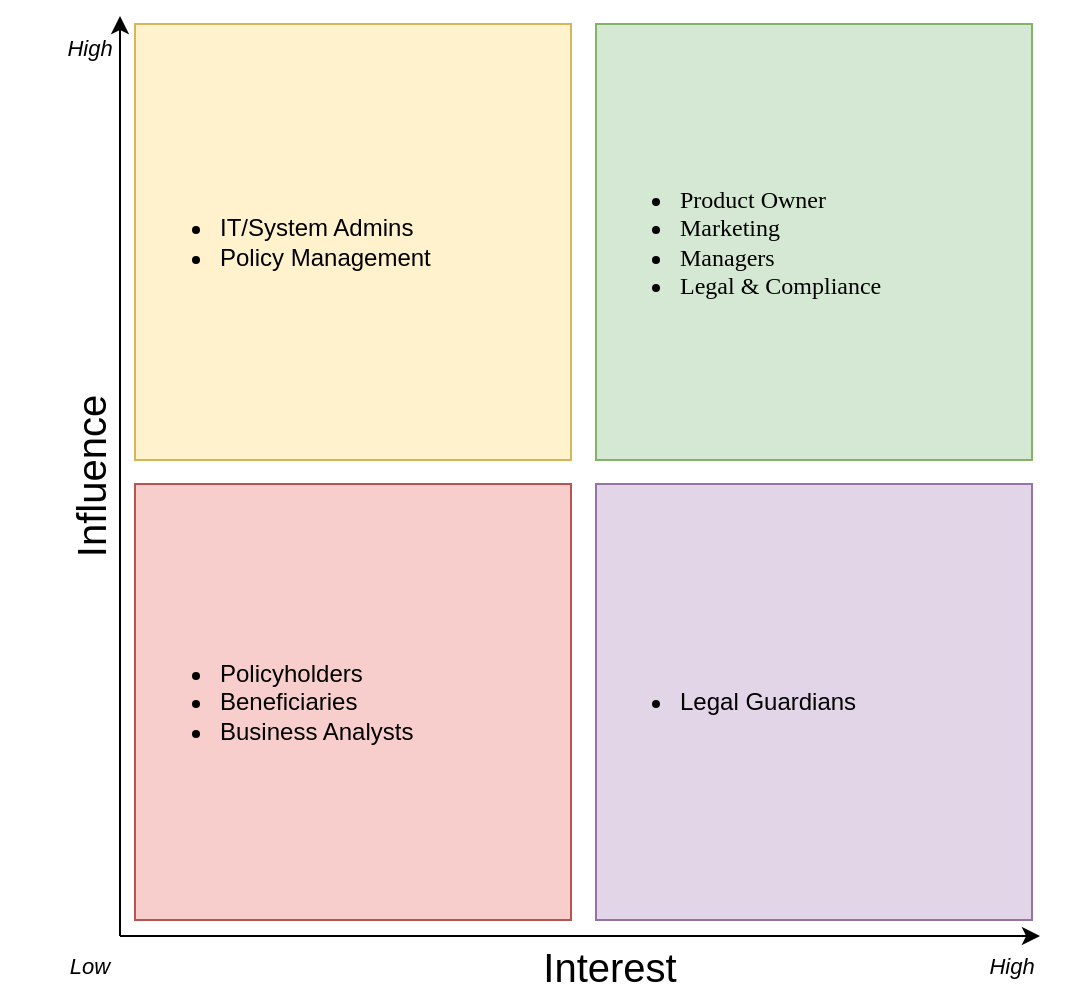
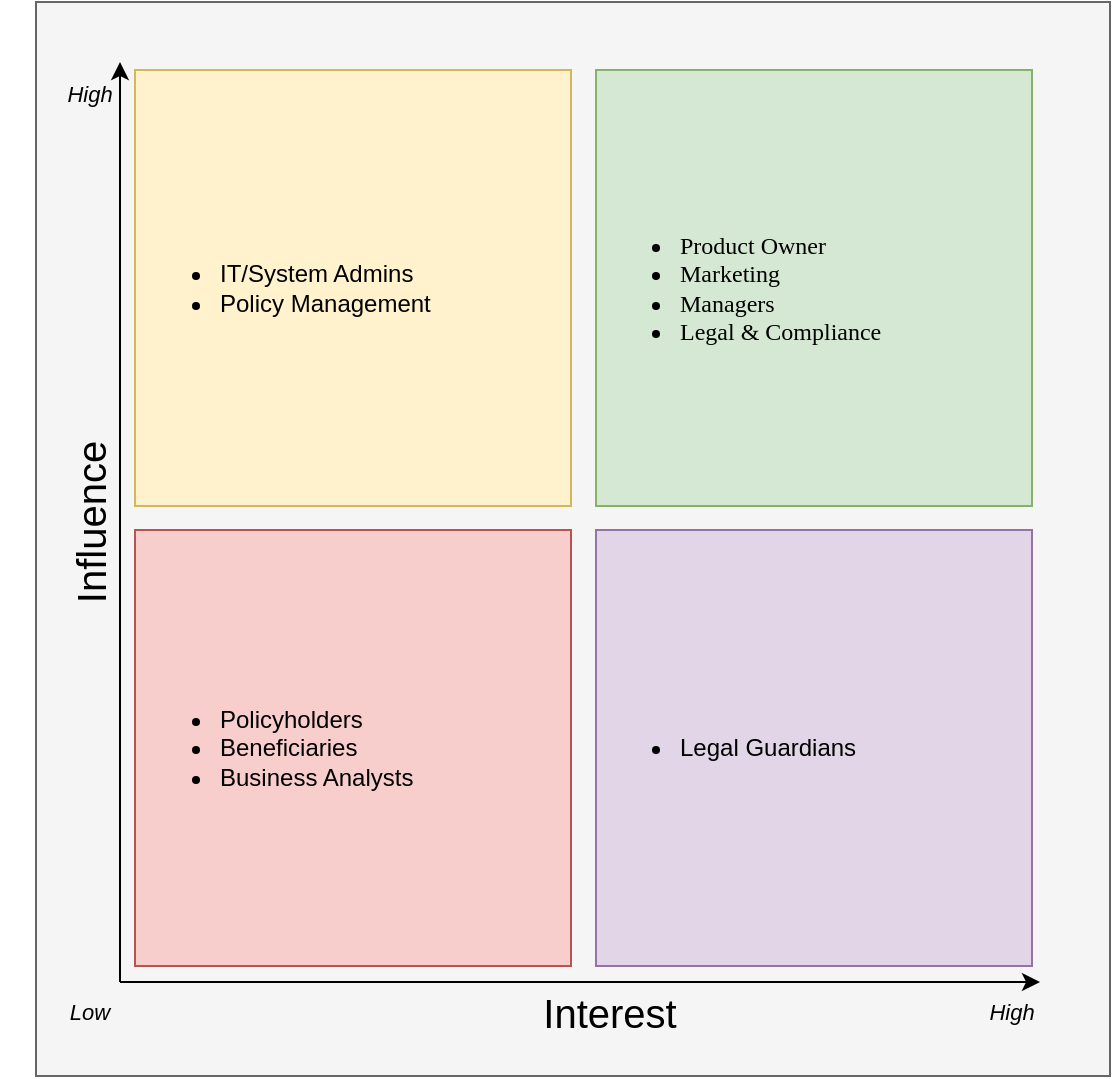
<mxfile host="app.diagrams.net">
  <diagram name="Page-1" id="X0_ej0eFDL27t5ckUI4T">
-     <mxGraphModel dx="1028" dy="260" grid="0" gridSize="10" guides="1" tooltips="1" connect="1" arrows="1" fold="1" page="0" pageScale="1" pageWidth="850" pageHeight="1100" math="0" shadow="0">
+     <mxGraphModel dx="1783" dy="745" grid="0" gridSize="10" guides="1" tooltips="1" connect="1" arrows="1" fold="1" page="0" pageScale="1" pageWidth="850" pageHeight="1100" math="0" shadow="0">
      <root>
        <mxCell id="0" />
        <mxCell id="1" parent="0" />
+         <mxCell id="1OpAsZ4X8ItubhpjfIDg-2" parent="1" style="whiteSpace=wrap;html=1;aspect=fixed;rounded=0;strokeColor=#666666;align=center;verticalAlign=middle;fontFamily=Helvetica;fontSize=12;fontColor=#333333;fillColor=#f5f5f5;" value="" vertex="1">
+           <mxGeometry height="537" width="537" x="258" y="530" as="geometry" />
+         </mxCell>
        <mxCell id="PIgoorRqnE2DbjH-4ZoE-1" parent="1" style="whiteSpace=wrap;html=1;aspect=fixed;fillColor=#fff2cc;strokeColor=#d6b656;align=left;" value="&lt;ul&gt;&lt;li&gt;&lt;span style=&quot;background-color: transparent; color: light-dark(rgb(0, 0, 0), rgb(255, 255, 255));&quot;&gt;IT/System Admins&lt;/span&gt;&lt;/li&gt;&lt;li&gt;&lt;span style=&quot;background-color: transparent; color: light-dark(rgb(0, 0, 0), rgb(255, 255, 255));&quot;&gt;Policy Management&lt;/span&gt;&lt;/li&gt;&lt;/ul&gt;" vertex="1">
          <mxGeometry height="218" width="218" x="307.5" y="564" as="geometry" />
        </mxCell>
        <mxCell id="PIgoorRqnE2DbjH-4ZoE-2" parent="1" style="whiteSpace=wrap;html=1;aspect=fixed;fillColor=#f8cecc;strokeColor=#b85450;align=left;" value="&lt;ul&gt;&lt;li&gt;&lt;span style=&quot;&quot;&gt;Policyholders&lt;/span&gt;&lt;/li&gt;&lt;li&gt;&lt;span style=&quot;background-color: transparent; color: light-dark(rgb(0, 0, 0), rgb(255, 255, 255));&quot;&gt;Beneficiaries&lt;/span&gt;&lt;/li&gt;&lt;li&gt;Business Analysts&lt;/li&gt;&lt;/ul&gt;" vertex="1">
          <mxGeometry height="218" width="218" x="307.5" y="794" as="geometry" />
        </mxCell>
        <mxCell id="PIgoorRqnE2DbjH-4ZoE-3" parent="1" style="whiteSpace=wrap;html=1;aspect=fixed;fillColor=#e1d5e7;strokeColor=#9673a6;align=left;" value="&lt;ul&gt;&lt;li&gt;&lt;span style=&quot;&quot;&gt;Legal Guardians&lt;/span&gt;&lt;/li&gt;&lt;/ul&gt;" vertex="1">
          <mxGeometry height="218" width="218" x="538" y="794" as="geometry" />
        </mxCell>
        <mxCell id="PIgoorRqnE2DbjH-4ZoE-4" parent="1" style="whiteSpace=wrap;html=1;aspect=fixed;fillColor=#d5e8d4;strokeColor=#82b366;align=left;" value="&lt;ul&gt;&lt;li&gt;&lt;span style=&quot;color: light-dark(rgb(0, 0, 0), rgb(255, 255, 255)); font-family: Verdana; background-color: transparent;&quot;&gt;Product Owner&lt;/span&gt;&lt;/li&gt;&lt;li&gt;&lt;span style=&quot;color: light-dark(rgb(0, 0, 0), rgb(255, 255, 255)); font-family: Verdana; background-color: transparent;&quot;&gt;Marketing&lt;/span&gt;&lt;/li&gt;&lt;li&gt;&lt;span style=&quot;color: light-dark(rgb(0, 0, 0), rgb(255, 255, 255)); font-family: Verdana; background-color: transparent;&quot;&gt;Managers&lt;/span&gt;&lt;/li&gt;&lt;li&gt;&lt;span style=&quot;color: light-dark(rgb(0, 0, 0), rgb(255, 255, 255)); font-family: Verdana; background-color: transparent;&quot;&gt;Legal &amp;amp; Compliance&lt;/span&gt;&lt;/li&gt;&lt;/ul&gt;" vertex="1">
          <mxGeometry height="218" width="218" x="538" y="564" as="geometry" />
        </mxCell>
        <mxCell id="PIgoorRqnE2DbjH-4ZoE-14" connectable="0" parent="1" style="group" value="" vertex="1">
          <mxGeometry height="285" width="359" x="240" y="770" as="geometry" />
        </mxCell>
        <mxCell id="PIgoorRqnE2DbjH-4ZoE-10" edge="1" parent="PIgoorRqnE2DbjH-4ZoE-14" style="endArrow=classic;html=1;rounded=0;" value="">
          <mxGeometry height="50" relative="1" width="50" as="geometry">
            <mxPoint x="60" y="250" as="sourcePoint" />
            <mxPoint x="520" y="250" as="targetPoint" />
          </mxGeometry>
        </mxCell>
        <mxCell id="PIgoorRqnE2DbjH-4ZoE-11" edge="1" parent="PIgoorRqnE2DbjH-4ZoE-14" style="endArrow=classic;html=1;rounded=0;" value="">
          <mxGeometry height="50" relative="1" width="50" as="geometry">
            <mxPoint x="60" y="250" as="sourcePoint" />
            <mxPoint x="60" y="-210" as="targetPoint" />
          </mxGeometry>
        </mxCell>
        <mxCell id="PIgoorRqnE2DbjH-4ZoE-12" parent="PIgoorRqnE2DbjH-4ZoE-14" style="text;html=1;whiteSpace=wrap;strokeColor=none;fillColor=none;align=center;verticalAlign=middle;rounded=0;" value="&lt;font style=&quot;font-size: 20px;&quot;&gt;Interest&lt;/font&gt;" vertex="1">
          <mxGeometry height="40" width="90" x="260" y="245" as="geometry" />
        </mxCell>
        <mxCell id="PIgoorRqnE2DbjH-4ZoE-13" parent="PIgoorRqnE2DbjH-4ZoE-14" style="text;html=1;whiteSpace=wrap;strokeColor=none;fillColor=none;align=center;verticalAlign=middle;rounded=0;rotation=-90;" value="&lt;font style=&quot;font-size: 20px;&quot;&gt;Influence&lt;/font&gt;" vertex="1">
          <mxGeometry height="40" width="90" as="geometry" />
        </mxCell>
        <mxCell id="1tSSiDufjy93hYo7vjCC-1" parent="PIgoorRqnE2DbjH-4ZoE-14" style="text;html=1;whiteSpace=wrap;strokeColor=none;fillColor=none;align=center;verticalAlign=middle;rounded=0;" value="&lt;font style=&quot;font-size: 11px;&quot;&gt;&lt;i&gt;Low&lt;/i&gt;&lt;/font&gt;" vertex="1">
          <mxGeometry height="30" width="60" x="15" y="250" as="geometry" />
        </mxCell>
        <mxCell id="1tSSiDufjy93hYo7vjCC-8" parent="PIgoorRqnE2DbjH-4ZoE-14" style="text;html=1;whiteSpace=wrap;strokeColor=none;fillColor=none;align=center;verticalAlign=middle;rounded=0;" value="&lt;font style=&quot;font-size: 11px;&quot;&gt;&lt;i&gt;High&lt;/i&gt;&lt;/font&gt;" vertex="1">
          <mxGeometry height="30" width="60" x="476" y="250" as="geometry" />
        </mxCell>
        <mxCell id="1tSSiDufjy93hYo7vjCC-16" parent="1" style="text;html=1;whiteSpace=wrap;strokeColor=none;fillColor=none;align=center;verticalAlign=middle;rounded=0;" value="&lt;font style=&quot;font-size: 11px;&quot;&gt;&lt;i&gt;High&lt;/i&gt;&lt;/font&gt;" vertex="1">
          <mxGeometry height="29" width="60" x="255" y="561" as="geometry" />
        </mxCell>
      </root>
    </mxGraphModel>
  </diagram>
</mxfile>
